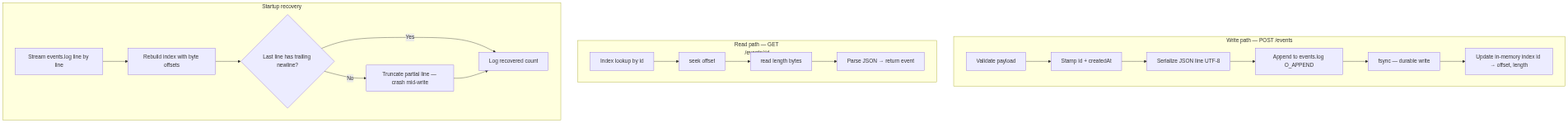
Goldeno10/hng14-portfolio keeps this Mermaid diagram as stage-9b-blog/diagrams/event-store-flow.png. Above is the earlier version. Its source is kept beside it as stage-9b-blog/diagrams/event-store-flow.mmd. Source of this version:
```mermaid
flowchart TB
    subgraph Write["Write path — POST /events"]
        W1[Validate payload] --> W2[Stamp id + createdAt]
        W2 --> W3[Serialize JSON line UTF-8]
        W3 --> W4[Append to events.log O_APPEND]
        W4 --> W5[fsync — durable write]
        W5 --> W6[Update in-memory index id → offset, length]
    end

    subgraph Read["Read path — GET /events/:id"]
        R1[Index lookup by id] --> R2[seek offset]
        R2 --> R3[read length bytes]
        R3 --> R4[Parse JSON → return event]
    end

    subgraph Recovery["Startup recovery"]
        S1[Stream events.log line by line] --> S2[Rebuild index with byte offsets]
        S2 --> S3{Last line has trailing newline?}
        S3 -->|No| S4[Truncate partial line — crash mid-write]
        S3 -->|Yes| S5[Log recovered count]
        S4 --> S5
    end
```
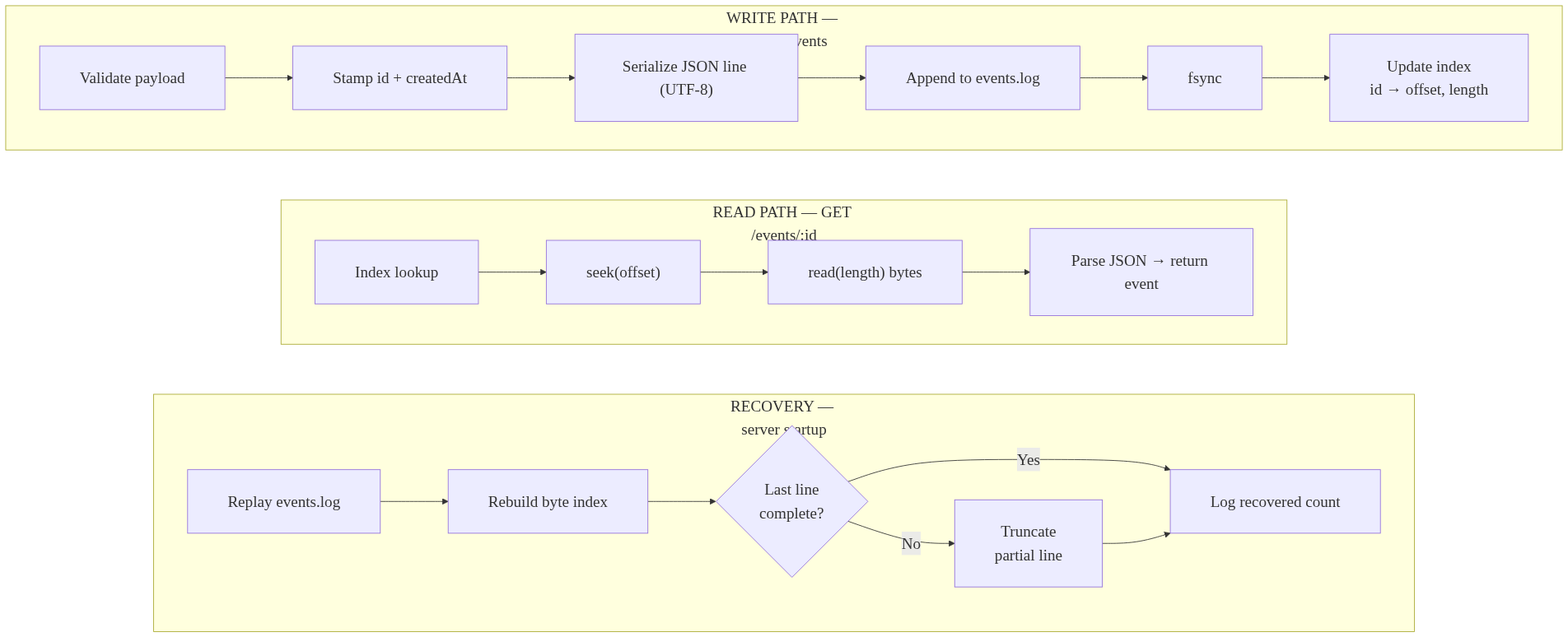
Later version of the same file.

Commit message:
docs(blog): enlarge event store diagram for readability

Diff of the diagram source:
```diff
@@ -1,22 +1,39 @@
+---
+config:
+  theme: default
+  flowchart:
+    nodeSpacing: 60
+    rankSpacing: 70
+    padding: 28
+  themeVariables:
+    fontSize: 22px
+    fontFamily: arial, sans-serif
+---
 flowchart TB
-    subgraph Write["Write path — POST /events"]
-        W1[Validate payload] --> W2[Stamp id + createdAt]
-        W2 --> W3[Serialize JSON line UTF-8]
-        W3 --> W4[Append to events.log O_APPEND]
-        W4 --> W5[fsync — durable write]
-        W5 --> W6[Update in-memory index id → offset, length]
+    subgraph WRITE["WRITE PATH — POST /events"]
+        direction LR
+        W1["Validate payload"] --> W2["Stamp id + createdAt"]
+        W2 --> W3["Serialize JSON line (UTF-8)"]
+        W3 --> W4["Append to events.log"]
+        W4 --> W5["fsync"]
+        W5 --> W6["Update index<br/>id → offset, length"]
     end
 
-    subgraph Read["Read path — GET /events/:id"]
-        R1[Index lookup by id] --> R2[seek offset]
-        R2 --> R3[read length bytes]
-        R3 --> R4[Parse JSON → return event]
+    subgraph READ["READ PATH — GET /events/:id"]
+        direction LR
+        R1["Index lookup"] --> R2["seek(offset)"]
+        R2 --> R3["read(length) bytes"]
+        R3 --> R4["Parse JSON → return event"]
     end
 
-    subgraph Recovery["Startup recovery"]
-        S1[Stream events.log line by line] --> S2[Rebuild index with byte offsets]
-        S2 --> S3{Last line has trailing newline?}
-        S3 -->|No| S4[Truncate partial line — crash mid-write]
-        S3 -->|Yes| S5[Log recovered count]
+    subgraph RECOVERY["RECOVERY — server startup"]
+        direction LR
+        S1["Replay events.log"] --> S2["Rebuild byte index"]
+        S2 --> S3{"Last line<br/>complete?"}
+        S3 -->|"No"| S4["Truncate<br/>partial line"]
+        S3 -->|"Yes"| S5["Log recovered count"]
         S4 --> S5
     end
+
+    WRITE ~~~ READ
+    READ ~~~ RECOVERY
```
